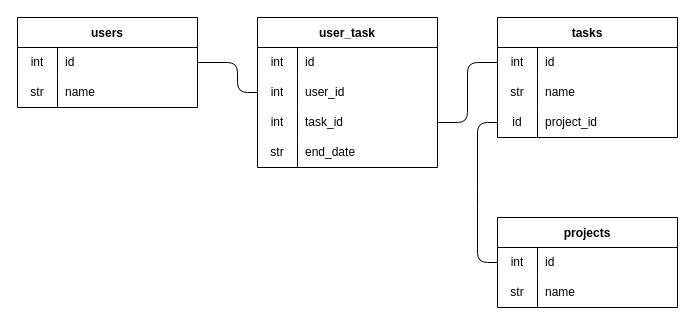
Above: *.drawio in irakush/kanban-board (draw.io), before the change. Source tidied: cells renumbered, new cells numbered last; positions are measured from the earlier drawing's top-left corner, leaving out a move shared by most shapes. Both pictures are drawn from the tidied source at 100%, with x=0, y=0 at pixel (17, 17).
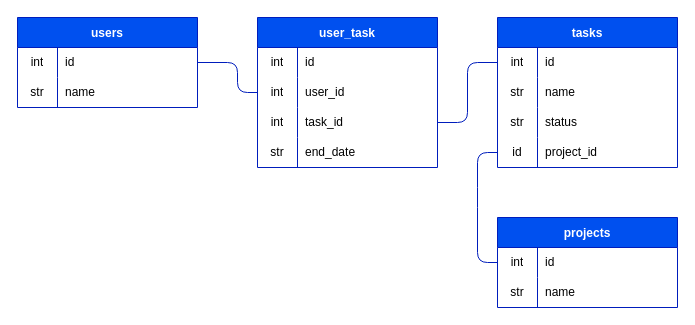
Above is the later version.

The change refers to these unchanged cells:
```xml
<mxCell id="3" style="shape=tableRow;horizontal=0;startSize=0;swimlaneHead=0;swimlaneBody=0;top=0;left=0;bottom=0;right=0;fillColor=none;points=[[0,0.5],[1,0.5]];portConstraint=eastwest;" parent="2" vertex="1">
  <mxGeometry y="30" width="180" height="30" as="geometry" />
</mxCell>
<mxCell id="10" style="shape=tableRow;horizontal=0;startSize=0;swimlaneHead=0;swimlaneBody=0;top=0;left=0;bottom=0;right=0;fillColor=none;points=[[0,0.5],[1,0.5]];portConstraint=eastwest;" parent="9" vertex="1">
  <mxGeometry y="30" width="180" height="30" as="geometry" />
</mxCell>
<mxCell id="23" style="shape=tableRow;horizontal=0;startSize=0;swimlaneHead=0;swimlaneBody=0;top=0;left=0;bottom=0;right=0;fillColor=none;points=[[0,0.5],[1,0.5]];portConstraint=eastwest;" parent="19" vertex="1">
  <mxGeometry y="60" width="180" height="30" as="geometry" />
</mxCell>
<mxCell id="26" style="shape=tableRow;horizontal=0;startSize=0;swimlaneHead=0;swimlaneBody=0;top=0;left=0;bottom=0;right=0;fillColor=none;points=[[0,0.5],[1,0.5]];portConstraint=eastwest;" parent="19" vertex="1">
  <mxGeometry y="90" width="180" height="30" as="geometry" />
</mxCell>
<mxCell id="33" style="shape=tableRow;horizontal=0;startSize=0;swimlaneHead=0;swimlaneBody=0;top=0;left=0;bottom=0;right=0;fillColor=none;points=[[0,0.5],[1,0.5]];portConstraint=eastwest;" parent="32" vertex="1">
  <mxGeometry y="30" width="180" height="30" as="geometry" />
</mxCell>
```

What changed in the source:
```diff
@@
-    <mxCell id="2" value="users" style="shape=table;startSize=30;childLayout=tableLayout;rowLines=0;fontStyle=1;" parent="1" vertex="1">
+    <mxCell id="2" value="users" style="shape=table;startSize=30;childLayout=tableLayout;rowLines=0;fontStyle=1;fillColor=#0050ef;fontColor=#ffffff;strokeColor=#001DBC;" parent="1" vertex="1">
       <mxGeometry width="180" height="90" as="geometry" />
     </mxCell>
@@
-    <mxCell id="9" value="tasks" style="shape=table;startSize=30;childLayout=tableLayout;rowLines=0;fontStyle=1;" parent="1" vertex="1">
-      <mxGeometry x="480" width="180" height="120" as="geometry" />
+    <mxCell id="9" value="tasks" style="shape=table;startSize=30;childLayout=tableLayout;rowLines=0;fontStyle=1;fillColor=#0050ef;fontColor=#ffffff;strokeColor=#001DBC;" parent="1" vertex="1">
+      <mxGeometry x="480" width="180" height="150" as="geometry" />
     </mxCell>
@@
+    <mxCell id="42" style="shape=tableRow;horizontal=0;startSize=0;swimlaneHead=0;swimlaneBody=0;top=0;left=0;bottom=0;right=0;fillColor=none;" parent="9" vertex="1">
+      <mxGeometry y="90" width="180" height="30" as="geometry" />
+    </mxCell>
+    <mxCell id="43" value="str" style="shape=partialRectangle;html=1;whiteSpace=wrap;fillColor=none;top=0;left=0;bottom=0;right=0;overflow=hidden;" parent="42" vertex="1">
+      <mxGeometry width="40" height="30" as="geometry" />
+    </mxCell>
+    <mxCell id="44" value="status" style="shape=partialRectangle;html=1;whiteSpace=wrap;fillColor=none;top=0;left=0;bottom=0;right=0;align=left;spacingLeft=6;overflow=hidden;" parent="42" vertex="1">
+      <mxGeometry x="40" width="140" height="30" as="geometry" />
+    </mxCell>
     <mxCell id="16" style="shape=tableRow;horizontal=0;startSize=0;swimlaneHead=0;swimlaneBody=0;top=0;left=0;bottom=0;right=0;fillColor=none;points=[[0,0.5],[1,0.5]];portConstraint=eastwest;" parent="9" vertex="1">
-      <mxGeometry y="90" width="180" height="30" as="geometry" />
+      <mxGeometry y="120" width="180" height="30" as="geometry" />
     </mxCell>
@@
-    <mxCell id="19" value="user_task" style="shape=table;startSize=30;childLayout=tableLayout;rowLines=0;fontStyle=1;" parent="1" vertex="1">
+    <mxCell id="19" value="user_task" style="shape=table;startSize=30;childLayout=tableLayout;rowLines=0;fontStyle=1;fillColor=#0050ef;fontColor=#ffffff;strokeColor=#001DBC;" parent="1" vertex="1">
       <mxGeometry x="240" width="180" height="150" as="geometry" />
     </mxCell>
@@
-    <mxCell id="32" value="projects" style="shape=table;startSize=30;childLayout=tableLayout;rowLines=0;fontStyle=1;" parent="1" vertex="1">
+    <mxCell id="32" value="projects" style="shape=table;startSize=30;childLayout=tableLayout;rowLines=0;fontStyle=1;fillColor=#0050ef;fontColor=#ffffff;strokeColor=#001DBC;" parent="1" vertex="1">
       <mxGeometry x="480" y="200" width="180" height="90" as="geometry" />
     </mxCell>
@@
-    <mxCell id="39" style="edgeStyle=none;html=1;exitX=1;exitY=0.5;exitDx=0;exitDy=0;entryX=0;entryY=0.5;entryDx=0;entryDy=0;endArrow=none;endFill=0;" parent="1" edge="1" source="3" target="23">
+    <mxCell id="39" style="edgeStyle=none;html=1;exitX=1;exitY=0.5;exitDx=0;exitDy=0;entryX=0;entryY=0.5;entryDx=0;entryDy=0;endArrow=none;endFill=0;fillColor=#0050ef;strokeColor=#001DBC;" parent="1" edge="1" source="3" target="23">
       <mxGeometry relative="1" as="geometry">
         <Array as="points">
           <mxPoint x="220" y="45" />
           <mxPoint x="220" y="75" />
         </Array>
       </mxGeometry>
     </mxCell>
-    <mxCell id="40" style="edgeStyle=none;html=1;exitX=0;exitY=0.5;exitDx=0;exitDy=0;entryX=1;entryY=0.5;entryDx=0;entryDy=0;endArrow=none;endFill=0;" parent="1" edge="1" source="10" target="26">
+    <mxCell id="40" style="edgeStyle=none;html=1;exitX=0;exitY=0.5;exitDx=0;exitDy=0;entryX=1;entryY=0.5;entryDx=0;entryDy=0;endArrow=none;endFill=0;fillColor=#0050ef;strokeColor=#001DBC;" parent="1" edge="1" source="10" target="26">
       <mxGeometry relative="1" as="geometry">
         <Array as="points">
           <mxPoint x="450" y="45" />
           <mxPoint x="450" y="105" />
         </Array>
       </mxGeometry>
     </mxCell>
-    <mxCell id="41" style="edgeStyle=none;html=1;exitX=0;exitY=0.5;exitDx=0;exitDy=0;entryX=0;entryY=0.5;entryDx=0;entryDy=0;endArrow=none;endFill=0;" parent="1" edge="1" source="33" target="16">
+    <mxCell id="41" style="edgeStyle=none;html=1;exitX=0;exitY=0.5;exitDx=0;exitDy=0;entryX=0;entryY=0.5;entryDx=0;entryDy=0;endArrow=none;endFill=0;fillColor=#0050ef;strokeColor=#001DBC;" parent="1" edge="1" source="33" target="16">
       <mxGeometry relative="1" as="geometry">
         <Array as="points">
           <mxPoint x="460" y="245" />
           <mxPoint x="460" y="180" />
-          <mxPoint x="460" y="105" />
+          <mxPoint x="460" y="135" />
         </Array>
       </mxGeometry>
     </mxCell>
```
